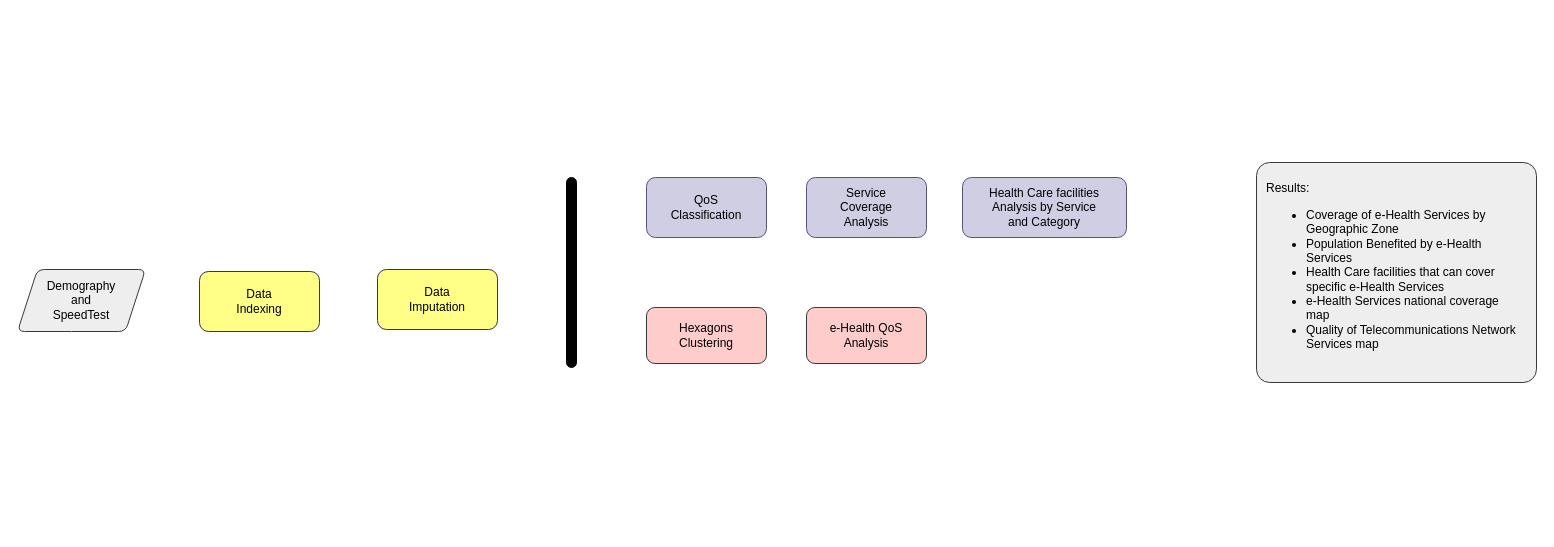
johnkbarrera/drawio_diagrams keeps this draw.io diagram as page "Página-2" (2 of 2) of diagrams/ehealth_accessibility_methodology.drawio. Above is the earlier version. Source tidied: cells renumbered, new cells numbered last; positions are measured from the earlier drawing's top-left corner, leaving out a move shared by most shapes. Both pictures are drawn from the tidied source at 100%, with x=0, y=0 at pixel (17, 162).
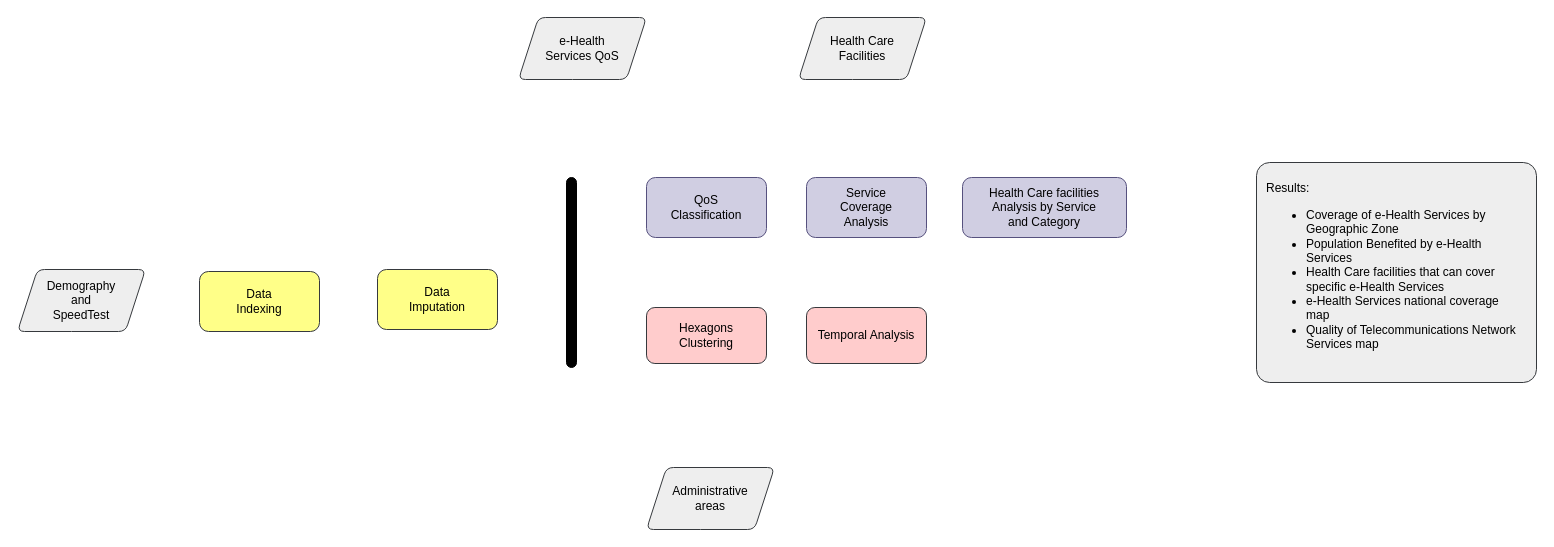
After the change.

Commit message:
temporal analysis

Diff of the diagram source:
```diff
@@
 <mxGraphModel>
   <root>
     <mxCell id="0" />
     <mxCell id="1" parent="0" />
     <mxCell id="2" value="Demography&lt;div&gt;and&lt;/div&gt;&lt;div&gt;SpeedTest&lt;/div&gt;" style="shape=parallelogram;perimeter=parallelogramPerimeter;whiteSpace=wrap;html=1;fixedSize=1;rounded=1;fillColor=#eeeeee;strokeColor=#36393d;arcSize=14;fontSize=12;fontFamily=Helvetica;" parent="1" vertex="1">
       <mxGeometry y="107" width="128" height="62" as="geometry" />
     </mxCell>
     <mxCell id="3" value="Data&lt;div&gt;Indexing&lt;/div&gt;" style="rounded=1;whiteSpace=wrap;html=1;arcSize=15;fillColor=#ffff88;strokeColor=#36393d;fontSize=12;fontFamily=Helvetica;" parent="1" vertex="1">
       <mxGeometry x="182" y="109" width="120" height="60" as="geometry" />
     </mxCell>
     <mxCell id="4" value="Data&lt;div&gt;Imputation&lt;/div&gt;" style="rounded=1;whiteSpace=wrap;html=1;arcSize=15;fillColor=#ffff88;strokeColor=#36393d;fontSize=12;fontFamily=Helvetica;" parent="1" vertex="1">
       <mxGeometry x="360" y="107" width="120" height="60" as="geometry" />
     </mxCell>
     <mxCell id="5" value="QoS&lt;div&gt;Classification&lt;/div&gt;" style="rounded=1;whiteSpace=wrap;html=1;arcSize=15;fillColor=#d0cee2;strokeColor=#56517e;fontSize=12;fontFamily=Helvetica;" parent="1" vertex="1">
       <mxGeometry x="629" y="15" width="120" height="60" as="geometry" />
     </mxCell>
     <mxCell id="6" value="Service&lt;div&gt;Coverage&lt;/div&gt;&lt;div&gt;Analysis&lt;/div&gt;" style="rounded=1;whiteSpace=wrap;html=1;arcSize=15;fillColor=#d0cee2;strokeColor=#56517e;fontSize=12;fontFamily=Helvetica;" parent="1" vertex="1">
       <mxGeometry x="789" y="15" width="120" height="60" as="geometry" />
     </mxCell>
     <mxCell id="7" value="Health Care facilities&lt;div&gt;Analysis by Service&lt;/div&gt;&lt;div&gt;and Category&lt;/div&gt;" style="rounded=1;whiteSpace=wrap;html=1;arcSize=15;fillColor=#d0cee2;strokeColor=#56517e;fontSize=12;fontFamily=Helvetica;" parent="1" vertex="1">
       <mxGeometry x="945" y="15" width="164" height="60" as="geometry" />
     </mxCell>
     <mxCell id="8" value="Hexagons&lt;div&gt;Clustering&lt;/div&gt;" style="rounded=1;whiteSpace=wrap;html=1;arcSize=15;fillColor=#ffcccc;strokeColor=#36393d;fontSize=12;fontFamily=Helvetica;" parent="1" vertex="1">
       <mxGeometry x="629" y="145" width="120" height="56" as="geometry" />
     </mxCell>
-    <mxCell id="9" value="e-Health QoS&lt;div&gt;Analysis&lt;/div&gt;" style="rounded=1;whiteSpace=wrap;html=1;arcSize=15;fillColor=#ffcccc;strokeColor=#36393d;fontSize=12;fontFamily=Helvetica;" parent="1" vertex="1">
+    <mxCell id="9" value="Temporal Analysis" style="rounded=1;whiteSpace=wrap;html=1;arcSize=15;fillColor=#ffcccc;strokeColor=#36393d;fontSize=12;fontFamily=Helvetica;" parent="1" vertex="1">
       <mxGeometry x="789" y="145" width="120" height="56" as="geometry" />
     </mxCell>
     <mxCell id="10" style="rounded=1;whiteSpace=wrap;html=1;fillColor=#000000;arcSize=50;" parent="1" vertex="1">
       <mxGeometry x="549" y="15" width="10" height="190" as="geometry" />
     </mxCell>
     <mxCell id="11" value="Results:&lt;ul&gt;&lt;li&gt;&lt;span style=&quot;background-color: transparent; color: light-dark(rgb(0, 0, 0), rgb(255, 255, 255));&quot;&gt;Coverage of e-Health Services by Geographic Zone&lt;/span&gt;&lt;/li&gt;&lt;li&gt;&lt;span style=&quot;background-color: transparent; color: light-dark(rgb(0, 0, 0), rgb(255, 255, 255));&quot;&gt;Population Benefited by e-Health Services&lt;/span&gt;&lt;/li&gt;&lt;li&gt;&lt;span style=&quot;background-color: transparent; color: light-dark(rgb(0, 0, 0), rgb(255, 255, 255));&quot;&gt;Health Care facilities that can cover specific e-Health Services&lt;/span&gt;&lt;/li&gt;&lt;li&gt;&lt;span style=&quot;background-color: transparent; color: light-dark(rgb(0, 0, 0), rgb(255, 255, 255));&quot;&gt;e-Health Services national coverage map&lt;/span&gt;&lt;/li&gt;&lt;li&gt;&lt;span style=&quot;background-color: transparent; color: light-dark(rgb(0, 0, 0), rgb(255, 255, 255));&quot;&gt;Quality of Telecommunications Network Services map&lt;/span&gt;&lt;/li&gt;&lt;/ul&gt;" style="rounded=1;whiteSpace=wrap;html=1;arcSize=6;fillColor=#eeeeee;strokeColor=#36393d;fontSize=12;fontFamily=Helvetica;align=left;spacing=2;spacingRight=18;spacingLeft=8;" parent="1" vertex="1">
       <mxGeometry x="1239" width="280" height="220" as="geometry" />
     </mxCell>
+    <mxCell id="12" value="Administrative&lt;div&gt;areas&lt;/div&gt;" style="shape=parallelogram;perimeter=parallelogramPerimeter;whiteSpace=wrap;html=1;fixedSize=1;rounded=1;fillColor=#eeeeee;strokeColor=#36393d;arcSize=14;fontSize=12;fontFamily=Helvetica;" parent="1" vertex="1">
+      <mxGeometry x="629" y="305" width="128" height="62" as="geometry" />
+    </mxCell>
+    <mxCell id="13" value="Health Care&lt;div&gt;Facilities&lt;/div&gt;" style="shape=parallelogram;perimeter=parallelogramPerimeter;whiteSpace=wrap;html=1;fixedSize=1;rounded=1;fillColor=#eeeeee;strokeColor=#36393d;arcSize=14;fontSize=12;fontFamily=Helvetica;" parent="1" vertex="1">
+      <mxGeometry x="781" y="-145" width="128" height="62" as="geometry" />
+    </mxCell>
+    <mxCell id="14" value="e-Health&lt;div&gt;Services QoS&lt;/div&gt;" style="shape=parallelogram;perimeter=parallelogramPerimeter;whiteSpace=wrap;html=1;fixedSize=1;rounded=1;fillColor=#eeeeee;strokeColor=#36393d;arcSize=14;fontSize=12;fontFamily=Helvetica;" parent="1" vertex="1">
+      <mxGeometry x="501" y="-145" width="128" height="62" as="geometry" />
+    </mxCell>
   </root>
 </mxGraphModel>
```
